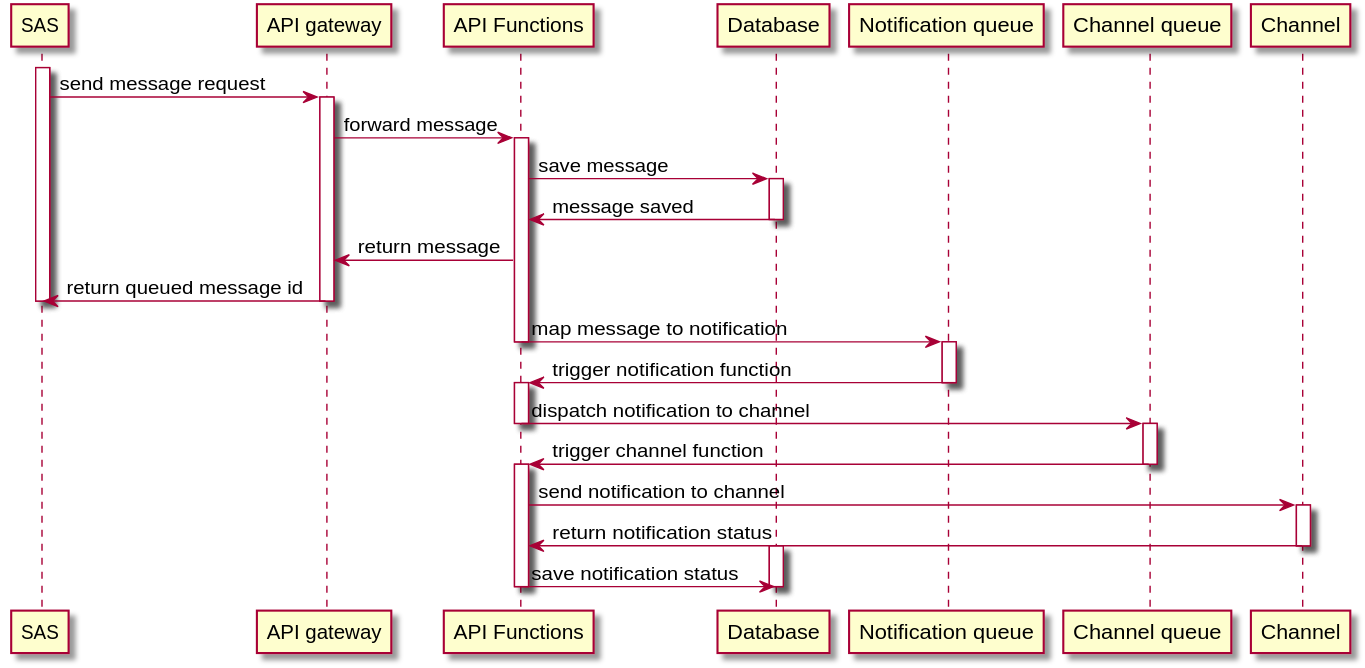
The PlantUML diagram docs/assets/send-message-seq.svg in pagopa-archive/io, before a commit.
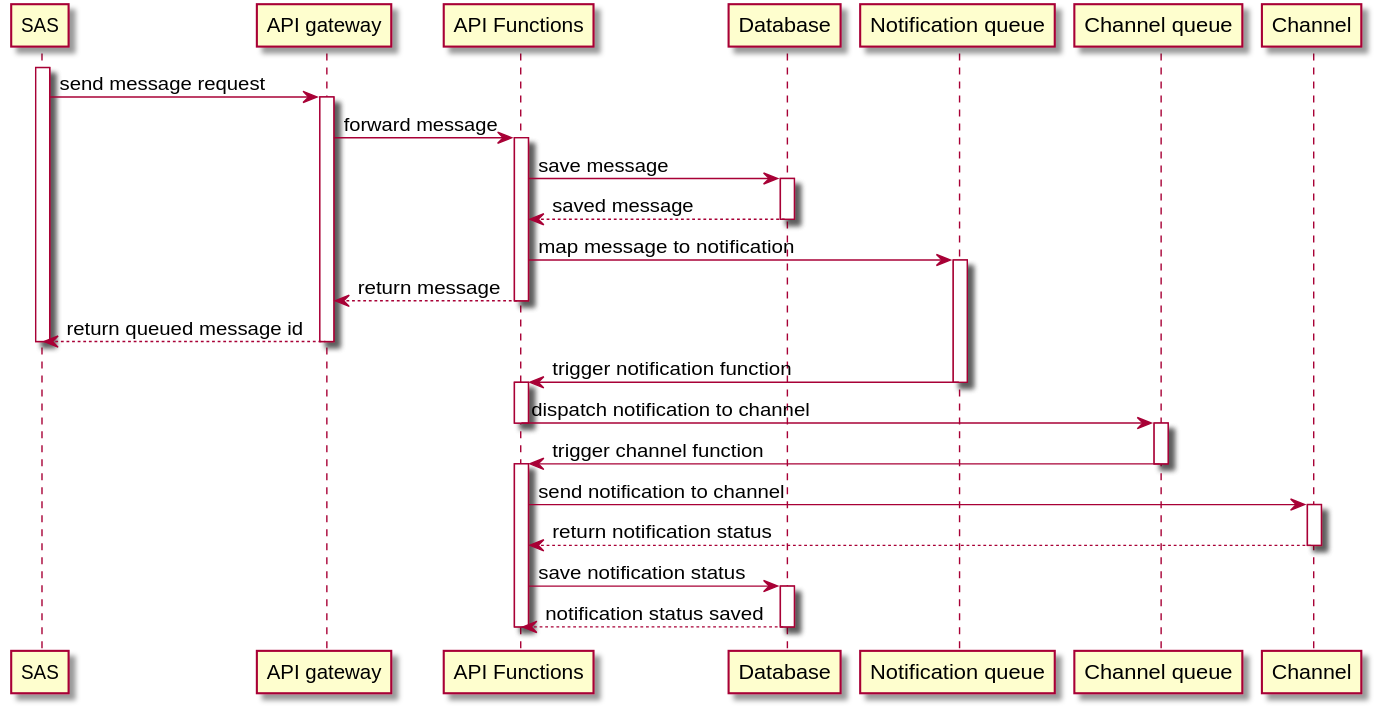
The same file after the commit.

Commit message:
fix: sequence diagram

What changed in the source:
```diff
@@ -6,15 +6,15 @@
 activate "API Functions"
 "API Functions" -> "Database": save message
 activate "Database"
-"Database" -> "API Functions": message saved
+"Database" --> "API Functions": saved message
 deactivate "Database"
-"API Functions" -> "API gateway": return message
-"API gateway" -> "SAS": return queued message id
+"API Functions" -> "Notification queue": map message to notification
+activate "Notification queue"
+"API Functions" --> "API gateway": return message
+deactivate "API Functions"
+"API gateway" --> "SAS": return queued message id
 deactivate "API gateway"
 deactivate SAS
-"API Functions" -> "Notification queue": map message to notification
-deactivate "API Functions"
-activate "Notification queue"
 "Notification queue" -> "API Functions": trigger notification function
 deactivate "Notification queue"
 activate "API Functions"
@@ -26,10 +26,11 @@
 activate "API Functions"
 "API Functions" -> "Channel": send notification to channel
 activate "Channel"
-"Channel" -> "API Functions": return notification status
+"Channel" --> "API Functions": return notification status
 deactivate "Channel"
+"API Functions" -> "Database": save notification status
 activate "Database"
-"API Functions" -> "Database": save notification status
+"Database" --> "API Functions": notification status saved
+deactivate "Database"
 deactivate "API Functions"
-deactivate "Database"
 @enduml
```
